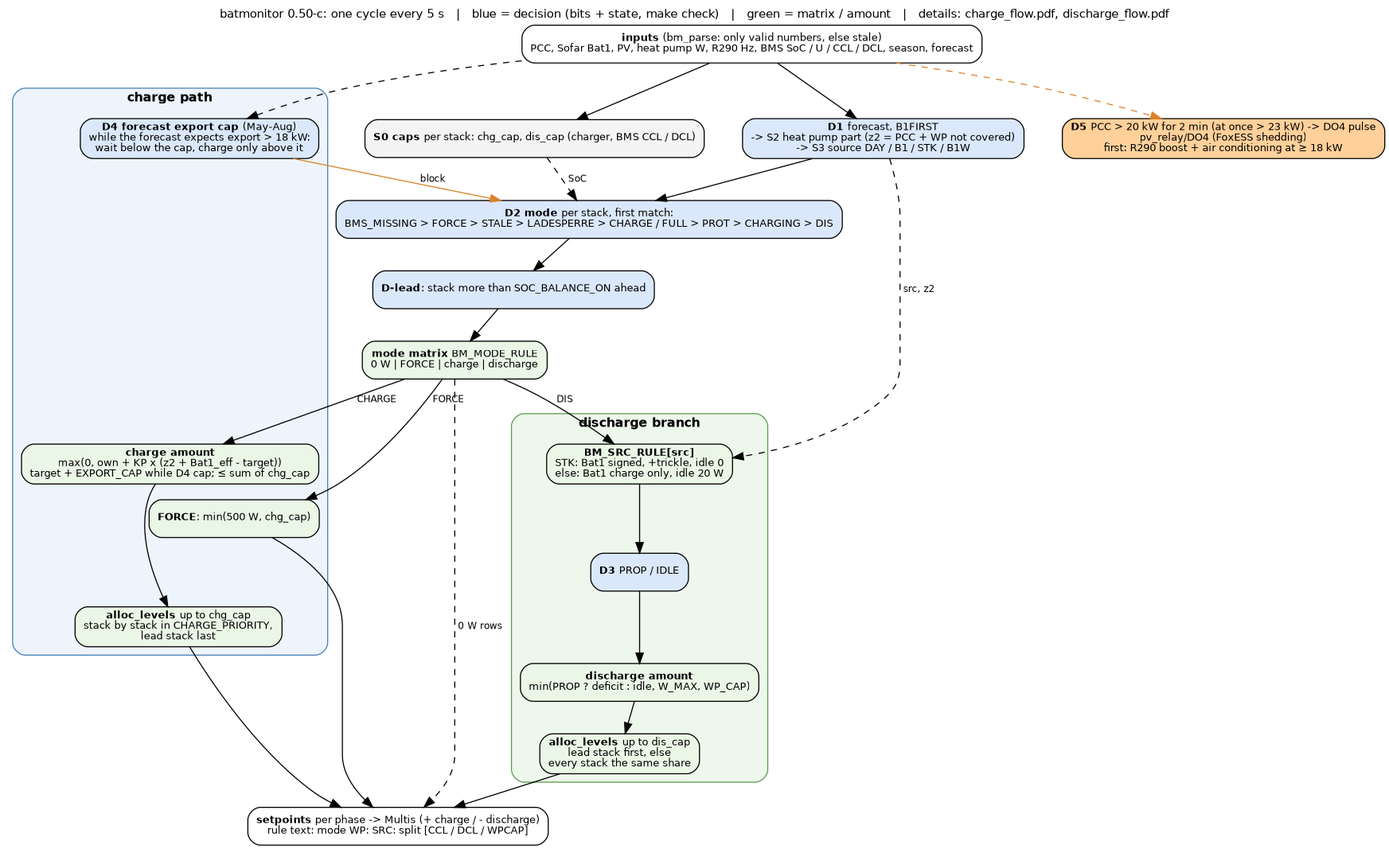
gerontec/victron keeps this Graphviz diagram as docs/control_flow.png. Above is the earlier version. Its source is kept beside it as docs/control_flow.dot.
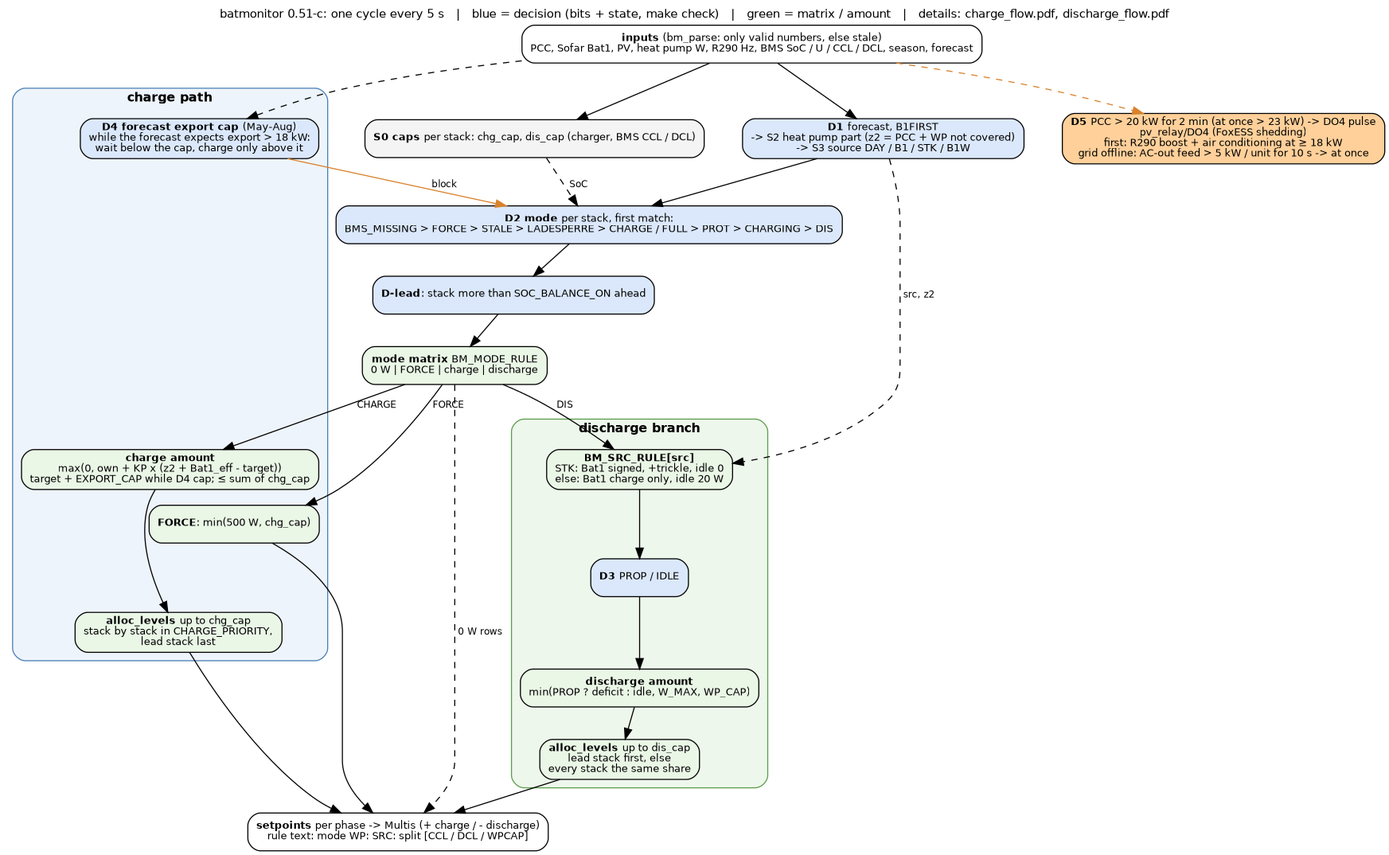
Later version of the same file.

Change to the diagram source:
```diff
@@ -1,6 +1,6 @@
 digraph control {
 	graph [rankdir=TB, fontname="Helvetica", fontsize=11, nodesep=0.5, ranksep=0.4, newrank=true,
-		   label="batmonitor 0.50-c: one cycle every 5 s   |   blue = decision (bits + state, make check)   |   green = matrix / amount   |   details: charge_flow.pdf, discharge_flow.pdf",
+		   label="batmonitor 0.51-c: one cycle every 5 s   |   blue = decision (bits + state, make check)   |   green = matrix / amount   |   details: charge_flow.pdf, discharge_flow.pdf",
 		   labelloc=t];
 	node [shape=box, style="rounded,filled", fillcolor="#f4f4f4", fontname="Helvetica", fontsize=10];
 	edge [fontname="Helvetica", fontsize=9];
@@ -30,7 +30,7 @@
 		src -> d3 -> damount -> dsplit;
 	}
 
-	d5 [label=<<b>D5</b> PCC &gt; 20 kW for 2 min (at once &gt; 23 kW) -&gt; DO4 pulse<br/>pv_relay/DO4 (FoxESS shedding)<br/>first: R290 boost + air conditioning at &ge; 18 kW>, fillcolor="#ffd09a"];
+	d5 [label=<<b>D5</b> PCC &gt; 20 kW for 2 min (at once &gt; 23 kW) -&gt; DO4 pulse<br/>pv_relay/DO4 (FoxESS shedding)<br/>first: R290 boost + air conditioning at &ge; 18 kW<br/>grid offline: AC-out feed &gt; 5 kW / unit for 10 s -&gt; at once>, fillcolor="#ffd09a"];
 	out [label=<<b>setpoints</b> per phase -&gt; Multis (+ charge / - discharge)<br/>rule text: mode WP: SRC: split [CCL / DCL / WPCAP]>, fillcolor="#ffffff"];
 
 	in -> d1 -> d2;
```
